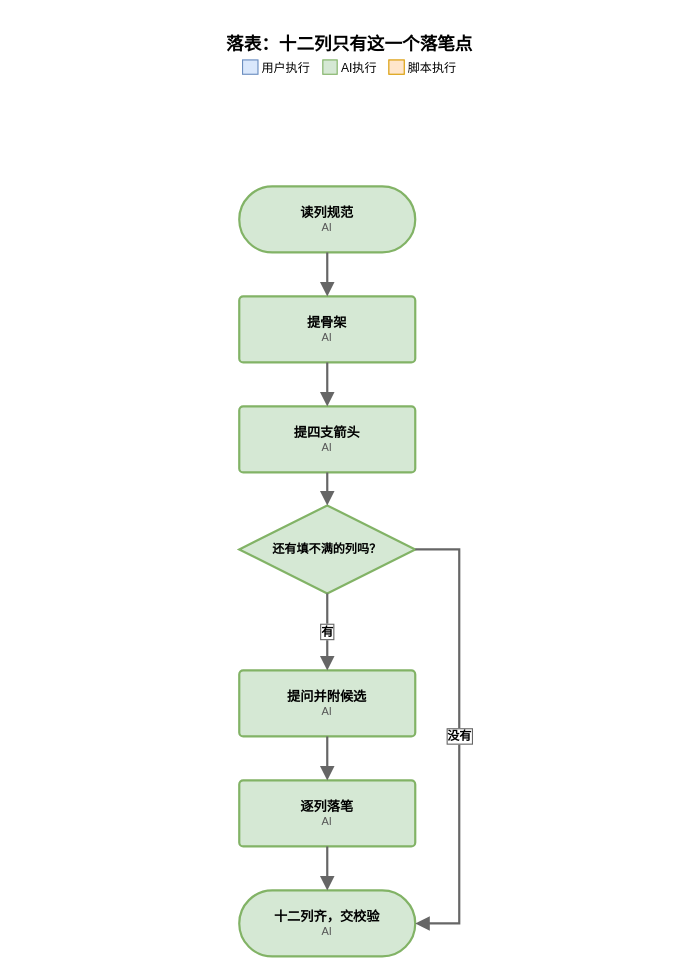
Above: page "落表：十二列只有这一个落笔点" (4 of 10) of dev/baseline/workflow/workflow-flow.drawio in Luys521/flowchart-skill (draw.io), before the change. Source tidied: cells renumbered, new cells numbered last; positions are measured from the earlier drawing's top-left corner, leaving out a move shared by most shapes. Both pictures are drawn from the tidied source at 110%, with x=0, y=0 at pixel (19, 19).
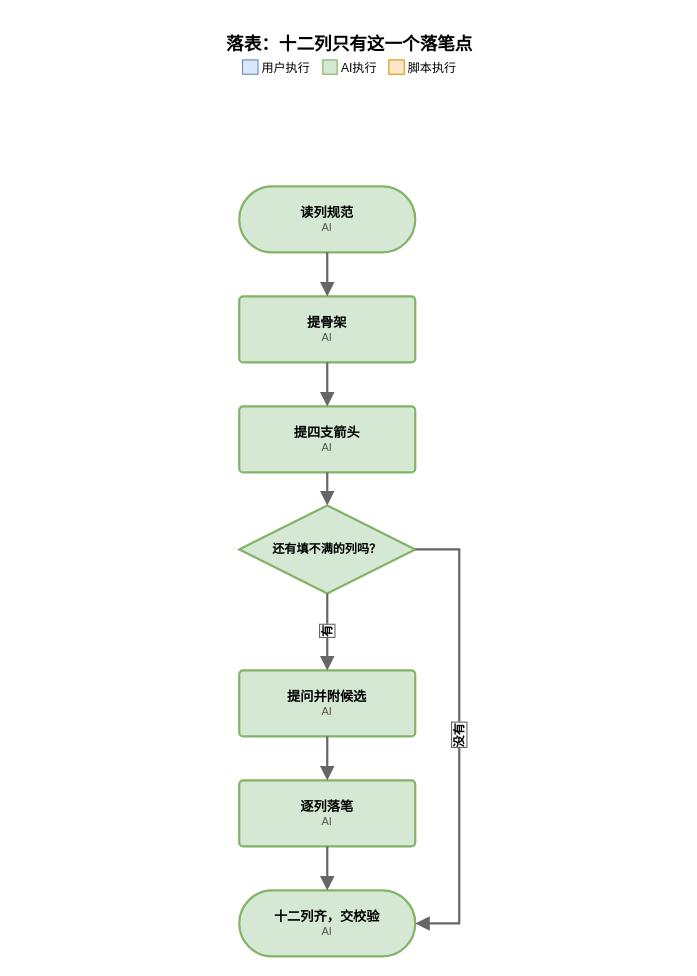
Above is the later version.

What changed in the source:
```diff
@@
 <mxGraphModel>
   <root>
     <mxCell id="0" />
     <mxCell id="1" parent="0" />
     <mxCell id="2" value="落表：十二列只有这一个落笔点&lt;br&gt;&lt;span style=&quot;font-size:11px;font-weight:400&quot;&gt;&lt;span style=&quot;background:#dae8fc;border:1px solid #6c8ebf&quot;&gt;&amp;nbsp;&amp;nbsp;&amp;nbsp;&amp;nbsp;&lt;/span&gt; 用户执行　&lt;span style=&quot;background:#d5e8d4;border:1px solid #82b366&quot;&gt;&amp;nbsp;&amp;nbsp;&amp;nbsp;&amp;nbsp;&lt;/span&gt; AI执行　&lt;span style=&quot;background:#ffe6cc;border:1px solid #d79b00&quot;&gt;&amp;nbsp;&amp;nbsp;&amp;nbsp;&amp;nbsp;&lt;/span&gt; 脚本执行　&lt;/span&gt;" style="text;html=1;align=center;verticalAlign=middle;fontSize=16;fontStyle=1;fontFamily=Microsoft YaHei;" parent="1" vertex="1">
       <mxGeometry width="600" height="64" as="geometry" />
     </mxCell>
     <mxCell id="3" value="&lt;div style=&quot;font-weight:bold;&quot;&gt;读列规范&lt;/div&gt;&lt;div style=&quot;color:#555555;font-size:10px;&quot;&gt;AI&lt;/div&gt;" style="rounded=1;arcSize=50;whiteSpace=wrap;html=1;strokeWidth=2;fontFamily=Microsoft YaHei;verticalAlign=middle;fillColor=#d5e8d4;strokeColor=#82b366;fontSize=12;flowchartSkillNative=1;" parent="1" vertex="1">
       <mxGeometry x="200" y="152" width="160" height="60" as="geometry" />
     </mxCell>
     <mxCell id="4" value="&lt;div style=&quot;font-weight:bold;&quot;&gt;提骨架&lt;/div&gt;&lt;div style=&quot;color:#555555;font-size:10px;&quot;&gt;AI&lt;/div&gt;" style="rounded=1;arcSize=6;whiteSpace=wrap;html=1;strokeWidth=2;fontFamily=Microsoft YaHei;verticalAlign=middle;fillColor=#d5e8d4;strokeColor=#82b366;fontSize=12;flowchartSkillNative=1;" parent="1" vertex="1">
       <mxGeometry x="200" y="252" width="160" height="60" as="geometry" />
     </mxCell>
     <mxCell id="5" value="&lt;div style=&quot;font-weight:bold;&quot;&gt;提四支箭头&lt;/div&gt;&lt;div style=&quot;color:#555555;font-size:10px;&quot;&gt;AI&lt;/div&gt;" style="rounded=1;arcSize=6;whiteSpace=wrap;html=1;strokeWidth=2;fontFamily=Microsoft YaHei;verticalAlign=middle;fillColor=#d5e8d4;strokeColor=#82b366;fontSize=12;flowchartSkillNative=1;" parent="1" vertex="1">
       <mxGeometry x="200" y="352" width="160" height="60" as="geometry" />
     </mxCell>
     <mxCell id="6" value="&lt;div style=&quot;font-weight:bold;&quot;&gt;还有填不满的列吗？&lt;/div&gt;" style="rhombus;whiteSpace=wrap;html=1;strokeWidth=2;fontFamily=Microsoft YaHei;verticalAlign=middle;fillColor=#d5e8d4;strokeColor=#82b366;fontSize=11;flowchartSkillNative=1;" parent="1" vertex="1">
       <mxGeometry x="200" y="442" width="160" height="80" as="geometry" />
     </mxCell>
     <mxCell id="7" value="&lt;div style=&quot;font-weight:bold;&quot;&gt;提问并附候选&lt;/div&gt;&lt;div style=&quot;color:#555555;font-size:10px;&quot;&gt;AI&lt;/div&gt;" style="rounded=1;arcSize=6;whiteSpace=wrap;html=1;strokeWidth=2;fontFamily=Microsoft YaHei;verticalAlign=middle;fillColor=#d5e8d4;strokeColor=#82b366;fontSize=12;flowchartSkillNative=1;" parent="1" vertex="1">
       <mxGeometry x="200" y="592" width="160" height="60" as="geometry" />
     </mxCell>
     <mxCell id="8" value="&lt;div style=&quot;font-weight:bold;&quot;&gt;逐列落笔&lt;/div&gt;&lt;div style=&quot;color:#555555;font-size:10px;&quot;&gt;AI&lt;/div&gt;" style="rounded=1;arcSize=6;whiteSpace=wrap;html=1;strokeWidth=2;fontFamily=Microsoft YaHei;verticalAlign=middle;fillColor=#d5e8d4;strokeColor=#82b366;fontSize=12;flowchartSkillNative=1;" parent="1" vertex="1">
       <mxGeometry x="200" y="692" width="160" height="60" as="geometry" />
     </mxCell>
     <mxCell id="9" value="&lt;div style=&quot;font-weight:bold;&quot;&gt;十二列齐，交校验&lt;/div&gt;&lt;div style=&quot;color:#555555;font-size:10px;&quot;&gt;AI&lt;/div&gt;" style="rounded=1;arcSize=50;whiteSpace=wrap;html=1;strokeWidth=2;fontFamily=Microsoft YaHei;verticalAlign=middle;fillColor=#d5e8d4;strokeColor=#82b366;fontSize=12;flowchartSkillNative=1;" parent="1" vertex="1">
       <mxGeometry x="200" y="792" width="160" height="60" as="geometry" />
     </mxCell>
     <mxCell id="10" style="edgeStyle=orthogonalEdgeStyle;rounded=0;jettySize=auto;html=1;exitX=0.5;exitY=1.0;entryX=0.5;entryY=0.0;endArrow=block;endFill=1;endSize=8;strokeWidth=2;strokeColor=#666666;fontSize=11;fontStyle=1;fontFamily=Microsoft YaHei;labelBackgroundColor=#ffffff;labelBorderColor=#666666;" parent="1" edge="1" source="3" target="4">
       <mxGeometry relative="1" as="geometry" />
     </mxCell>
     <mxCell id="11" style="edgeStyle=orthogonalEdgeStyle;rounded=0;jettySize=auto;html=1;exitX=0.5;exitY=1.0;entryX=0.5;entryY=0.0;endArrow=block;endFill=1;endSize=8;strokeWidth=2;strokeColor=#666666;fontSize=11;fontStyle=1;fontFamily=Microsoft YaHei;labelBackgroundColor=#ffffff;labelBorderColor=#666666;" parent="1" edge="1" source="4" target="5">
       <mxGeometry relative="1" as="geometry" />
     </mxCell>
     <mxCell id="12" style="edgeStyle=orthogonalEdgeStyle;rounded=0;jettySize=auto;html=1;exitX=0.5;exitY=1.0;entryX=0.5;entryY=0.0;endArrow=block;endFill=1;endSize=8;strokeWidth=2;strokeColor=#666666;fontSize=11;fontStyle=1;fontFamily=Microsoft YaHei;labelBackgroundColor=#ffffff;labelBorderColor=#666666;" parent="1" edge="1" source="5" target="6">
       <mxGeometry relative="1" as="geometry" />
     </mxCell>
-    <mxCell id="13" value="有" style="edgeStyle=orthogonalEdgeStyle;rounded=0;jettySize=auto;html=1;exitX=0.5;exitY=1.0;entryX=0.5;entryY=0.0;endArrow=block;endFill=1;endSize=8;strokeWidth=2;strokeColor=#666666;fontSize=11;fontStyle=1;fontFamily=Microsoft YaHei;labelBackgroundColor=#ffffff;labelBorderColor=#666666;" parent="1" edge="1" source="6" target="7">
+    <mxCell id="13" value="有" style="edgeStyle=orthogonalEdgeStyle;rounded=0;jettySize=auto;html=1;exitX=0.5;exitY=1.0;entryX=0.5;entryY=0.0;endArrow=block;endFill=1;endSize=8;strokeWidth=2;strokeColor=#666666;fontSize=11;fontStyle=1;fontFamily=Microsoft YaHei;labelBackgroundColor=#ffffff;labelBorderColor=#666666;horizontal=0;" parent="1" edge="1" source="6" target="7">
       <mxGeometry relative="1" as="geometry" />
     </mxCell>
-    <mxCell id="14" value="没有" style="edgeStyle=orthogonalEdgeStyle;rounded=0;jettySize=auto;html=1;exitX=1.0;exitY=0.5;entryX=1.0;entryY=0.5;endArrow=block;endFill=1;endSize=8;strokeWidth=2;strokeColor=#666666;fontSize=11;fontStyle=1;fontFamily=Microsoft YaHei;labelBackgroundColor=#ffffff;labelBorderColor=#666666;" parent="1" edge="1" source="6" target="9">
+    <mxCell id="14" value="没有" style="edgeStyle=orthogonalEdgeStyle;rounded=0;jettySize=auto;html=1;exitX=1.0;exitY=0.5;entryX=1.0;entryY=0.5;endArrow=block;endFill=1;endSize=8;strokeWidth=2;strokeColor=#666666;fontSize=11;fontStyle=1;fontFamily=Microsoft YaHei;labelBackgroundColor=#ffffff;labelBorderColor=#666666;horizontal=0;" parent="1" edge="1" source="6" target="9">
       <mxGeometry relative="1" as="geometry">
         <Array as="points">
           <mxPoint x="400" y="482" />
           <mxPoint x="400" y="822" />
         </Array>
       </mxGeometry>
     </mxCell>
     <mxCell id="15" style="edgeStyle=orthogonalEdgeStyle;rounded=0;jettySize=auto;html=1;exitX=0.5;exitY=1.0;entryX=0.5;entryY=0.0;endArrow=block;endFill=1;endSize=8;strokeWidth=2;strokeColor=#666666;fontSize=11;fontStyle=1;fontFamily=Microsoft YaHei;labelBackgroundColor=#ffffff;labelBorderColor=#666666;" parent="1" edge="1" source="7" target="8">
       <mxGeometry relative="1" as="geometry" />
     </mxCell>
     <mxCell id="16" style="edgeStyle=orthogonalEdgeStyle;rounded=0;jettySize=auto;html=1;exitX=0.5;exitY=1.0;entryX=0.5;entryY=0.0;endArrow=block;endFill=1;endSize=8;strokeWidth=2;strokeColor=#666666;fontSize=11;fontStyle=1;fontFamily=Microsoft YaHei;labelBackgroundColor=#ffffff;labelBorderColor=#666666;" parent="1" edge="1" source="8" target="9">
       <mxGeometry relative="1" as="geometry" />
     </mxCell>
   </root>
 </mxGraphModel>
```
